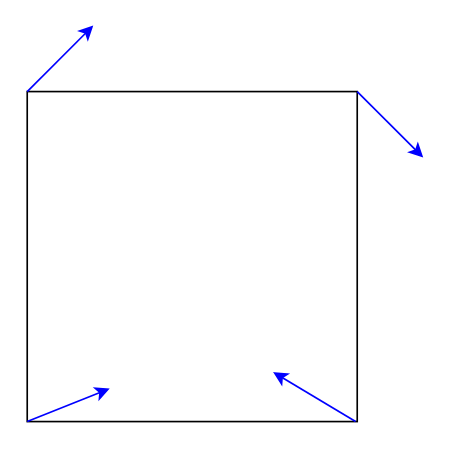
Earlier version of the draw.io diagram page "Page-6" (6 of 8) of Untitled Diagram.drawio (IMGSaibh/Links). Source tidied: cells renumbered, new cells numbered last; positions are measured from the earlier drawing's top-left corner, leaving out a move shared by most shapes. Both pictures are drawn from the tidied source at 165%, with x=0, y=0 at pixel (26, 25).
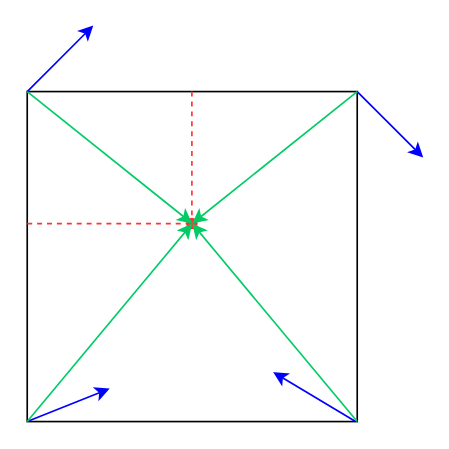
The same diagram, later.

Change to the diagram source:
```diff
@@
+    <mxCell id="7" style="endArrow=none;html=1;rounded=0;strokeColor=#FF3333;dashed=1;" parent="1" edge="1">
+      <mxGeometry relative="1" as="geometry">
+        <mxPoint y="120" as="sourcePoint" />
+        <mxPoint x="100" y="120" as="targetPoint" />
+      </mxGeometry>
+    </mxCell>
+    <mxCell id="8" style="endArrow=oval;html=1;rounded=0;strokeColor=#FF3333;dashed=1;endFill=1;" parent="1" edge="1">
+      <mxGeometry relative="1" as="geometry">
+        <mxPoint x="99.8" y="40" as="sourcePoint" />
+        <mxPoint x="99.8" y="120" as="targetPoint" />
+      </mxGeometry>
+    </mxCell>
+    <mxCell id="9" style="endArrow=classic;html=1;rounded=0;strokeColor=#00CC66;" parent="1" edge="1">
+      <mxGeometry relative="1" as="geometry">
+        <mxPoint x="200" y="40" as="sourcePoint" />
+        <mxPoint x="100" y="120" as="targetPoint" />
+      </mxGeometry>
+    </mxCell>
+    <mxCell id="10" style="endArrow=classic;html=1;rounded=0;strokeColor=#00CC66;" parent="1" edge="1">
+      <mxGeometry relative="1" as="geometry">
+        <mxPoint y="40" as="sourcePoint" />
+        <mxPoint x="100" y="120" as="targetPoint" />
+      </mxGeometry>
+    </mxCell>
+    <mxCell id="11" style="endArrow=classic;html=1;rounded=0;strokeColor=#00CC66;" parent="1" edge="1">
+      <mxGeometry relative="1" as="geometry">
+        <mxPoint y="240" as="sourcePoint" />
+        <mxPoint x="100" y="120" as="targetPoint" />
+      </mxGeometry>
+    </mxCell>
+    <mxCell id="12" style="endArrow=classic;html=1;rounded=0;strokeColor=#00CC66;" parent="1" edge="1">
+      <mxGeometry relative="1" as="geometry">
+        <mxPoint x="200" y="240" as="sourcePoint" />
+        <mxPoint x="100" y="120" as="targetPoint" />
+      </mxGeometry>
+    </mxCell>
```
